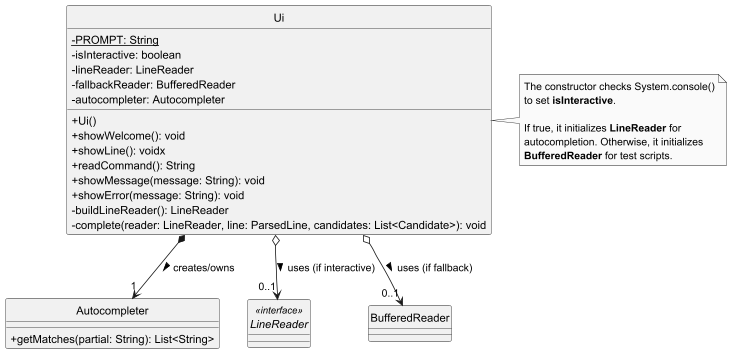
Before: docs/diagrams/UiClassDiagram.png, a diagram exported from PlantUML (adbsw/tp).
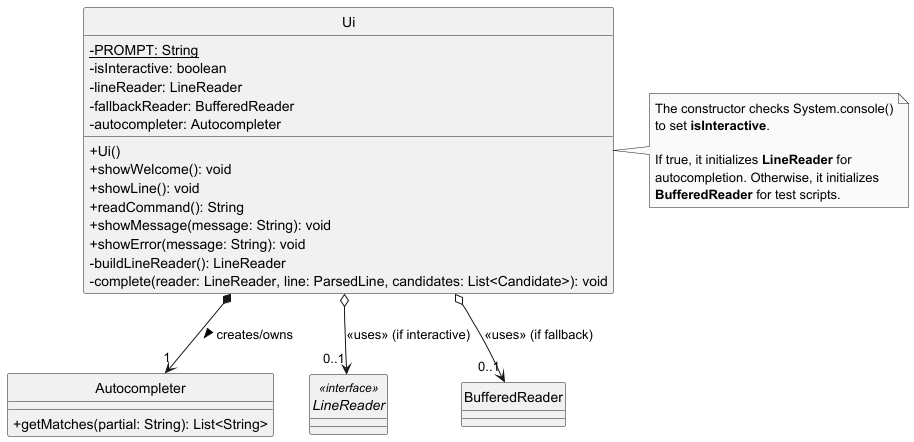
Later version of the same file.

Change to the diagram source:
```diff
@@ -14,7 +14,7 @@
 
         + Ui()
         + showWelcome(): void
-        + showLine(): voidx
+        + showLine(): void
         + readCommand(): String
         + showMessage(message: String): void
         + showError(message: String): void
@@ -37,8 +37,8 @@
     class BufferedReader
 
 Ui *--> "1" Autocompleter : creates/owns >
-Ui o--> "0..1" LineReader : uses (if interactive) >
-Ui o--> "0..1" BufferedReader : uses (if fallback) >
+Ui o--> "0..1" LineReader : <<uses>> (if interactive)
+Ui o--> "0..1" BufferedReader : <<uses>> (if fallback)
 
 note right of Ui
   The constructor checks System.console()
```
